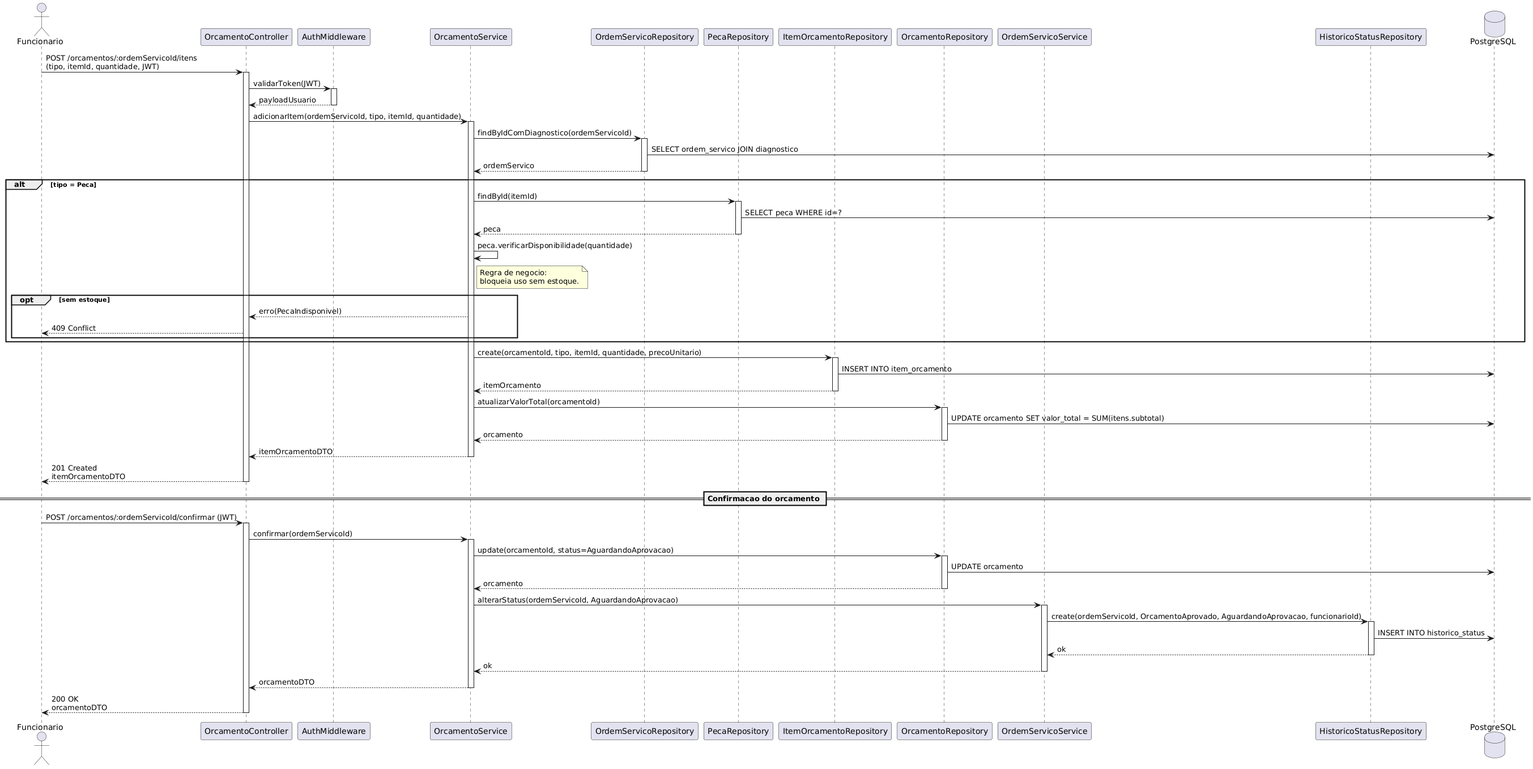
Before: Projeto Final/docs/diagramas-img/07-sequencia-de-projeto/seq-uc05-gerar-orcamento.png, a diagram exported from PlantUML (vicenzofms/Projeto-de-Software-PUC-2026-1). Its diagram source:
```plantuml
@startuml
actor Funcionario
participant "OrcamentoController" as Controller
participant "AuthMiddleware" as Auth
participant "OrcamentoService" as Service
participant "OrdemServicoRepository" as OSRepo
participant "PecaRepository" as PecaRepo
participant "ItemOrcamentoRepository" as ItemRepo
participant "OrcamentoRepository" as OrcRepo
participant "OrdemServicoService" as OSService
participant "HistoricoStatusRepository" as HistRepo
database "PostgreSQL" as DB

Funcionario -> Controller: POST /orcamentos/:ordemServicoId/itens\n(tipo, itemId, quantidade, JWT)
activate Controller

Controller -> Auth: validarToken(JWT)
activate Auth
Auth --> Controller: payloadUsuario
deactivate Auth

Controller -> Service: adicionarItem(ordemServicoId, tipo, itemId, quantidade)
activate Service

Service -> OSRepo: findByIdComDiagnostico(ordemServicoId)
activate OSRepo
OSRepo -> DB: SELECT ordem_servico JOIN diagnostico
OSRepo --> Service: ordemServico
deactivate OSRepo

alt tipo = Peca
    Service -> PecaRepo: findById(itemId)
    activate PecaRepo
    PecaRepo -> DB: SELECT peca WHERE id=?
    PecaRepo --> Service: peca
    deactivate PecaRepo

    Service -> Service: peca.verificarDisponibilidade(quantidade)
    note right of Service: Regra de negocio:\nbloqueia uso sem estoque.

    opt sem estoque
        Service --> Controller: erro(PecaIndisponivel)
        Controller --> Funcionario: 409 Conflict
    end
end

Service -> ItemRepo: create(orcamentoId, tipo, itemId, quantidade, precoUnitario)
activate ItemRepo
ItemRepo -> DB: INSERT INTO item_orcamento
ItemRepo --> Service: itemOrcamento
deactivate ItemRepo

Service -> OrcRepo: atualizarValorTotal(orcamentoId)
activate OrcRepo
OrcRepo -> DB: UPDATE orcamento SET valor_total = SUM(itens.subtotal)
OrcRepo --> Service: orcamento
deactivate OrcRepo

Service --> Controller: itemOrcamentoDTO
deactivate Service

Controller --> Funcionario: 201 Created\nitemOrcamentoDTO
deactivate Controller

== Confirmacao do orcamento ==

Funcionario -> Controller: POST /orcamentos/:ordemServicoId/confirmar (JWT)
activate Controller

Controller -> Service: confirmar(ordemServicoId)
activate Service

Service -> OrcRepo: update(orcamentoId, status=AguardandoAprovacao)
activate OrcRepo
OrcRepo -> DB: UPDATE orcamento
OrcRepo --> Service: orcamento
deactivate OrcRepo

Service -> OSService: alterarStatus(ordemServicoId, AguardandoAprovacao)
activate OSService
OSService -> HistRepo: create(ordemServicoId, OrcamentoAprovado, AguardandoAprovacao, funcionarioId)
activate HistRepo
HistRepo -> DB: INSERT INTO historico_status
HistRepo --> OSService: ok
deactivate HistRepo
OSService --> Service: ok
deactivate OSService

Service --> Controller: orcamentoDTO
deactivate Service

Controller --> Funcionario: 200 OK\norcamentoDTO
deactivate Controller
@enduml
```
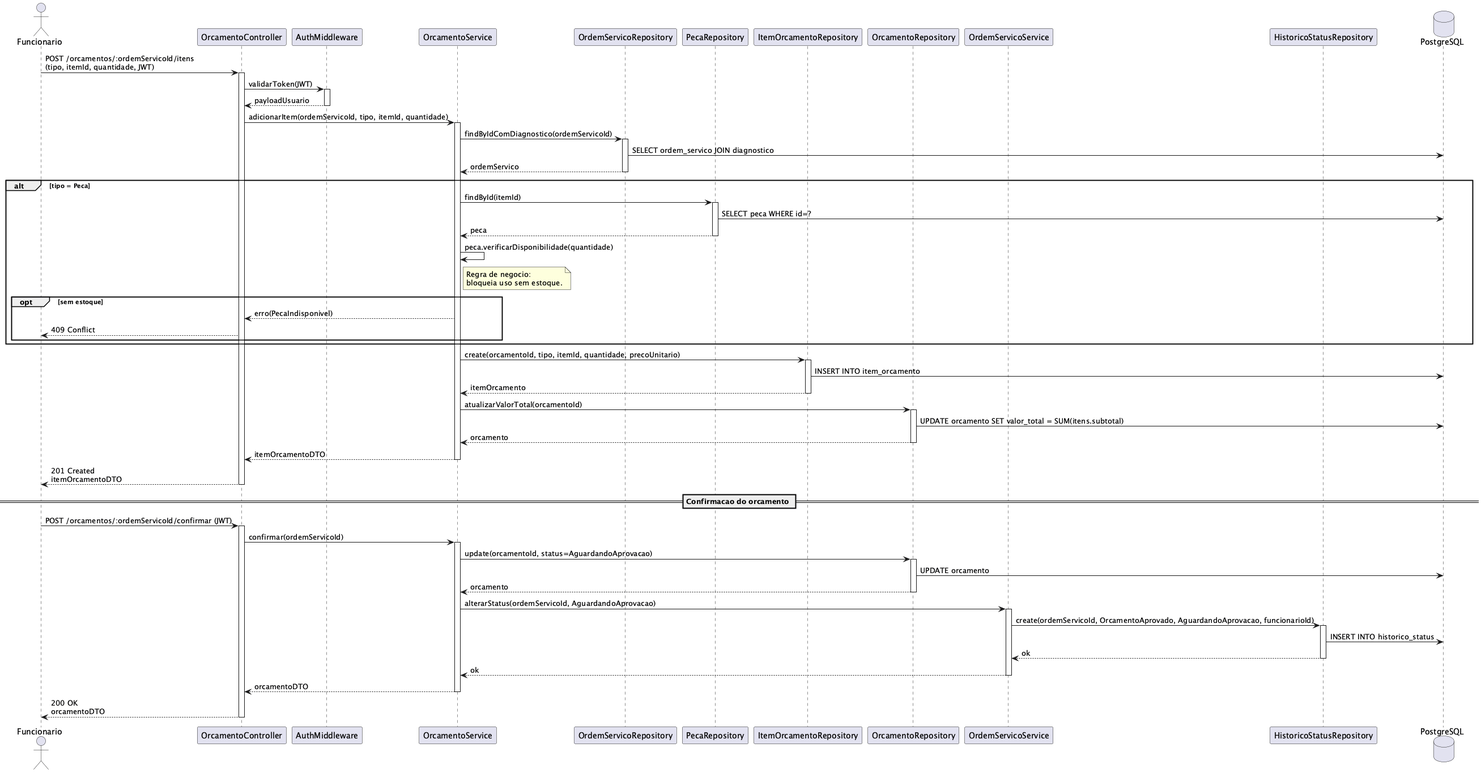
The same file after the commit.

What changed in the source:
```diff
@@ -1,4 +1,4 @@
-@startuml
+@startuml seq-uc05-gerar-orcamento
 actor Funcionario
 participant "OrcamentoController" as Controller
 participant "AuthMiddleware" as Auth
```
